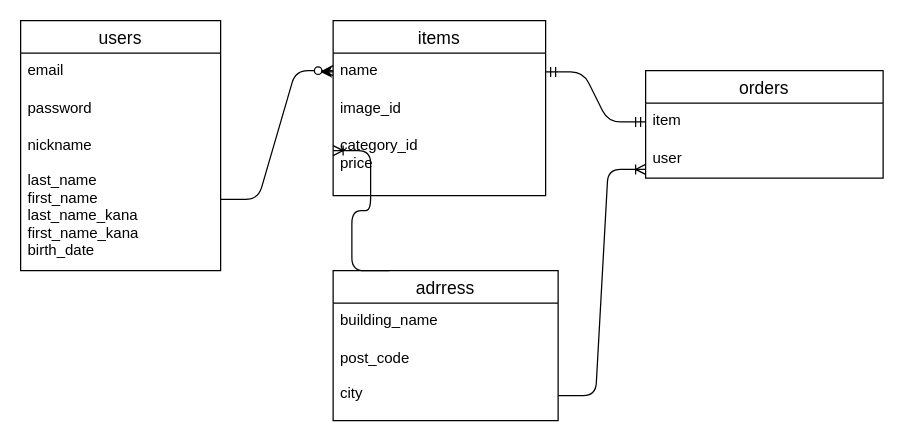
This is test.dio from mame1587/furima-30515, a draw.io file, before an edit. Source tidied: cells renumbered, new cells numbered last; positions are measured from the earlier drawing's top-left corner, leaving out a move shared by most shapes. Both pictures are drawn from the tidied source at 125%, with x=0, y=0 at pixel (20, 20).
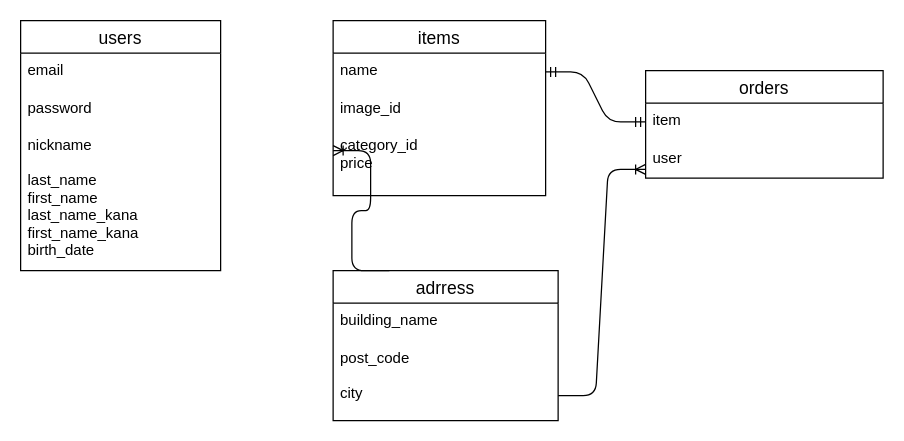
Above is the later version.

Commit message (it also covers changes not shown here):
DB設計の実装2

Unchanged cells that the change refers to:
```xml
<mxCell id="3" value="name&#10;" style="text;strokeColor=none;fillColor=none;spacingLeft=4;spacingRight=4;overflow=hidden;points=[[0,0.5],[1,0.5]];portConstraint=eastwest;fontSize=12;" parent="2" vertex="1">
  <mxGeometry y="26" width="170" height="30" as="geometry" />
</mxCell>
<mxCell id="9" value="nickname&#10;&#10;last_name&#10;first_name&#10;last_name_kana&#10;first_name_kana&#10;birth_date" style="text;strokeColor=none;fillColor=none;spacingLeft=4;spacingRight=4;overflow=hidden;points=[[0,0.5],[1,0.5]];portConstraint=eastwest;fontSize=12;" parent="6" vertex="1">
  <mxGeometry y="86" width="160" height="114" as="geometry" />
</mxCell>
```

Diff of the diagram source:
```diff
@@
-    <mxCell id="16" style="edgeStyle=entityRelationEdgeStyle;fontSize=12;html=1;endArrow=ERzeroToMany;endFill=1;exitX=1;exitY=0.5;exitDx=0;exitDy=0;" parent="1" edge="1" source="9">
-      <mxGeometry relative="1" as="geometry">
-        <mxPoint x="250" y="40" as="targetPoint" />
-      </mxGeometry>
-    </mxCell>
@@
-    <mxCell id="19" style="edgeStyle=orthogonalEdgeStyle;rounded=0;jettySize=auto;html=1;exitX=0;exitY=0.5;exitDx=0;exitDy=0;" parent="1" edge="1" source="3">
-      <mxGeometry relative="1" as="geometry">
-        <mxPoint x="240" y="41" as="targetPoint" />
-      </mxGeometry>
-    </mxCell>
```
